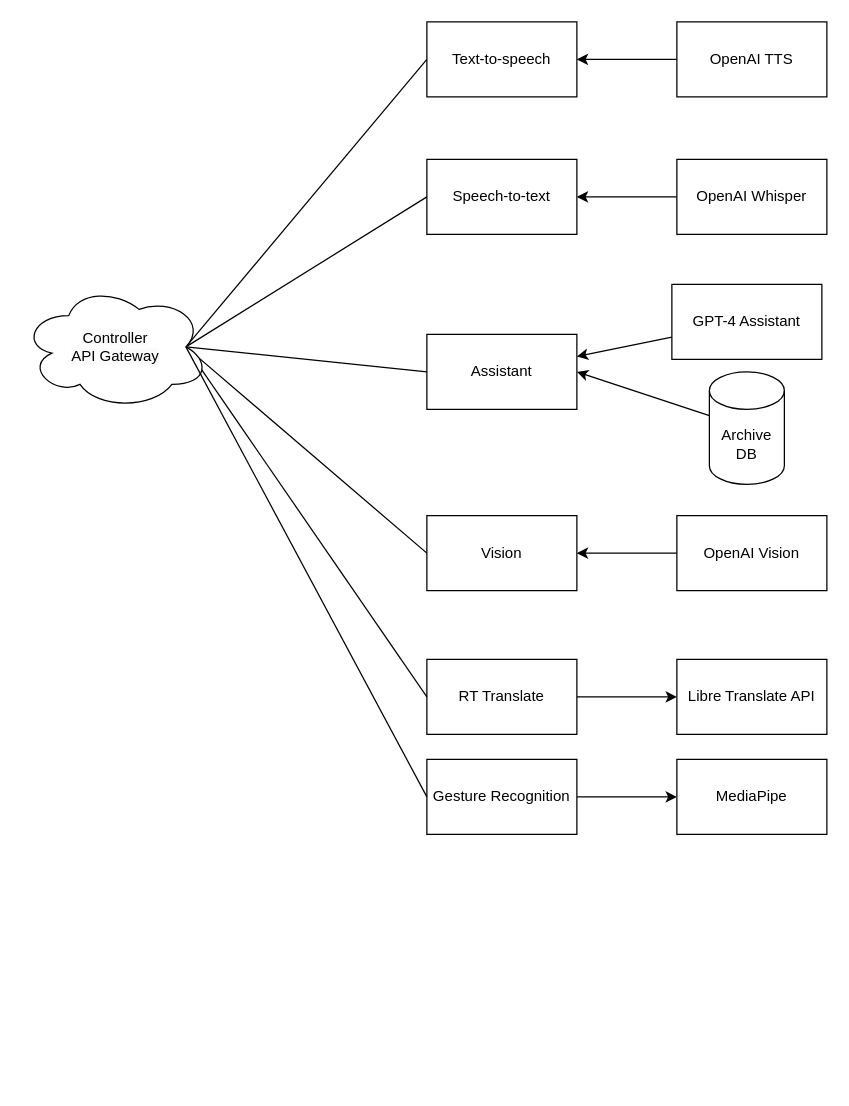
The draw.io diagram page "Microservices" (2 of 2) of Architecture.drawio in Thorwig/C.H.I.P, before the edit. Source tidied: cells renumbered, new cells numbered last; positions are measured from the earlier drawing's top-left corner, leaving out a move shared by most shapes. Both pictures are drawn from the tidied source at 125%, with x=0, y=0 at pixel (21, 21).
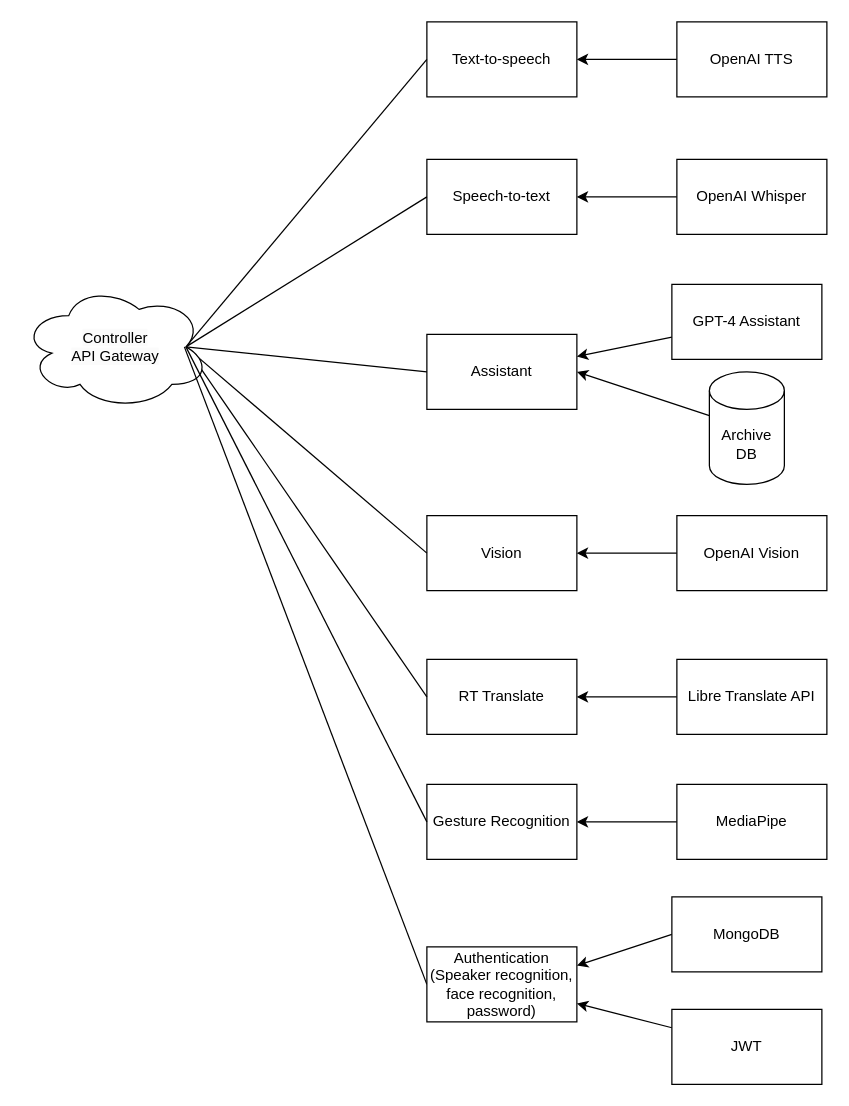
The same page after the edit.

Commit message:
[DOCS] Add authentication in the diagram

Unchanged cells that the change refers to:
```xml
<mxCell id="11" value="RT Translate" style="whiteSpace=wrap;html=1;rounded=0;" parent="1" vertex="1">
  <mxGeometry x="324" y="510" width="120" height="60" as="geometry" />
</mxCell>
<mxCell id="24" value="Libre Translate API" style="whiteSpace=wrap;html=1;rounded=0;" parent="1" vertex="1">
  <mxGeometry x="524" y="510" width="120" height="60" as="geometry" />
</mxCell>
```

Diff of the diagram source:
```diff
@@
-    <mxCell id="10" style="edgeStyle=orthogonalEdgeStyle;rounded=0;jettySize=auto;html=1;" parent="1" edge="1" source="11" target="24">
+    <mxCell id="10" style="edgeStyle=orthogonalEdgeStyle;rounded=0;jettySize=auto;html=1;endArrow=none;endFill=0;startArrow=classic;startFill=1;" parent="1" edge="1" source="11" target="24">
       <mxGeometry relative="1" as="geometry" />
     </mxCell>
@@
-    <mxCell id="25" style="edgeStyle=orthogonalEdgeStyle;rounded=0;jettySize=auto;html=1;" parent="1" edge="1" source="26" target="28">
+    <mxCell id="25" style="edgeStyle=orthogonalEdgeStyle;rounded=0;jettySize=auto;html=1;endArrow=none;endFill=0;startArrow=classic;startFill=1;" parent="1" edge="1" source="26" target="28">
       <mxGeometry relative="1" as="geometry" />
     </mxCell>
     <mxCell id="26" value="Gesture Recognition" style="whiteSpace=wrap;html=1;rounded=0;" parent="1" vertex="1">
-      <mxGeometry x="324" y="590" width="120" height="60" as="geometry" />
+      <mxGeometry x="324" y="610" width="120" height="60" as="geometry" />
     </mxCell>
@@
     <mxCell id="28" value="MediaPipe" style="whiteSpace=wrap;html=1;rounded=0;" parent="1" vertex="1">
-      <mxGeometry x="524" y="590" width="120" height="60" as="geometry" />
+      <mxGeometry x="524" y="610" width="120" height="60" as="geometry" />
     </mxCell>
+    <mxCell id="29" style="rounded=0;jettySize=auto;html=1;endArrow=none;endFill=0;entryX=0;entryY=0.5;entryDx=0;entryDy=0;" parent="1" edge="1" target="30">
+      <mxGeometry relative="1" as="geometry">
+        <mxPoint x="130" y="260" as="sourcePoint" />
+      </mxGeometry>
+    </mxCell>
+    <mxCell id="30" value="&lt;div&gt;Authentication&lt;/div&gt;&lt;div&gt;(Speaker recognition, face recognition, password)&lt;br&gt;&lt;/div&gt;" style="whiteSpace=wrap;html=1;rounded=0;" parent="1" vertex="1">
+      <mxGeometry x="324" y="740" width="120" height="60" as="geometry" />
+    </mxCell>
+    <mxCell id="31" style="rounded=0;jettySize=auto;html=1;exitX=0;exitY=0.5;exitDx=0;exitDy=0;entryX=1;entryY=0.25;entryDx=0;entryDy=0;" parent="1" edge="1" source="32" target="30">
+      <mxGeometry relative="1" as="geometry" />
+    </mxCell>
+    <mxCell id="32" value="&lt;div&gt;MongoDB&lt;/div&gt;" style="whiteSpace=wrap;html=1;rounded=0;" parent="1" vertex="1">
+      <mxGeometry x="520" y="700" width="120" height="60" as="geometry" />
+    </mxCell>
+    <mxCell id="33" style="rounded=0;jettySize=auto;html=1;" parent="1" edge="1" source="34" target="30">
+      <mxGeometry relative="1" as="geometry" />
+    </mxCell>
+    <mxCell id="34" value="JWT" style="whiteSpace=wrap;html=1;rounded=0;" parent="1" vertex="1">
+      <mxGeometry x="520" y="790" width="120" height="60" as="geometry" />
+    </mxCell>
```
